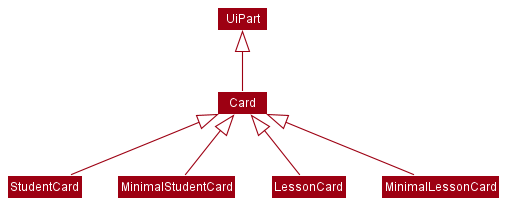
nus-cs2103-AY2122S1/tp keeps this PlantUML diagram as docs/images/CardClassDiagram.png. Above is the earlier version.
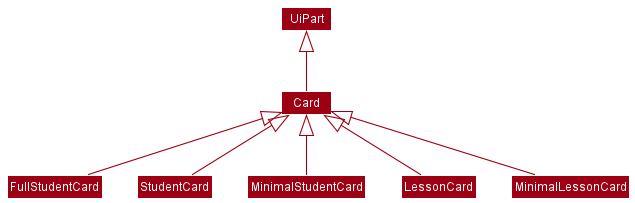
The same file after the commit.

Commit message:
Update implementation and documentation of Card-Like UI elems

The edit, as a diff of the source:
```diff
@@ -5,12 +5,14 @@
 skinparam classBackgroundColor MODEL_COLOR
 
 class Card
+class FullStudentCard
 class StudentCard
 class MinimalStudentCard
 class LessonCard
 class MinimalLessonCard
 
 UiPart <|-- Card
+Card <|-- FullStudentCard
 Card <|-- StudentCard
 Card <|-- MinimalStudentCard
 Card <|-- LessonCard
```
